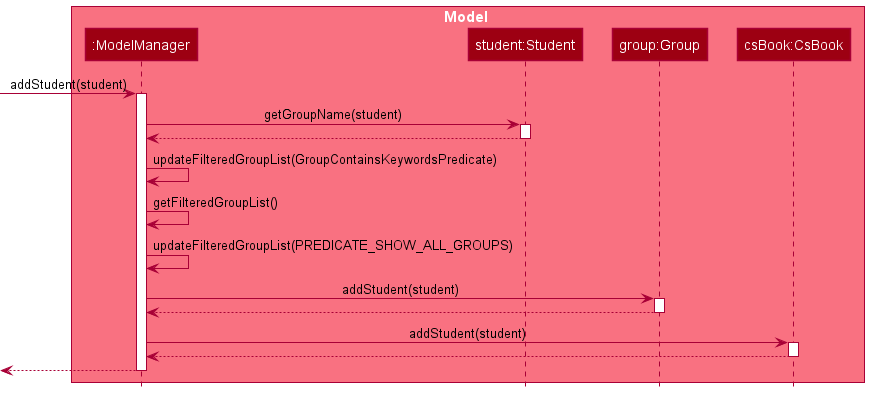
nus-cs2103-AY2122S1/tp keeps this PlantUML diagram as docs/images/GroupManagementSequence1.png. Above is the earlier version. The source it was exported from:
```plantuml
@startuml
!include style.puml


box Model MODEL_COLOR_T1
participant ":ModelManager" as ModelManager MODEL_COLOR
participant "student:Student" as Student MODEL_COLOR
participant "group:Group" as Group MODEL_COLOR
participant "csBook:CsBook" as CsBook MODEL_COLOR
end box

[-> ModelManager : addStudent(student)
activate ModelManager
ModelManager -> Student : getGroupName(student)
activate Student
Student --> ModelManager
deactivate Student

ModelManager -> ModelManager : updateFilteredGroupList(GroupContainsKeywordsPredicate)
ModelManager -> ModelManager : getFilteredGroupList()
ModelManager -> ModelManager : updateFilteredGroupList(PREDICATE_SHOW_ALL_GROUPS)

ModelManager -> Group : addStudent(student)
activate Group
Group --> ModelManager
deactivate Group

ModelManager -> CsBook : addStudent(student)
activate CsBook
CsBook --> ModelManager
deactivate CsBook
ModelManager -->[
deactivate ModelManager


@enduml
```
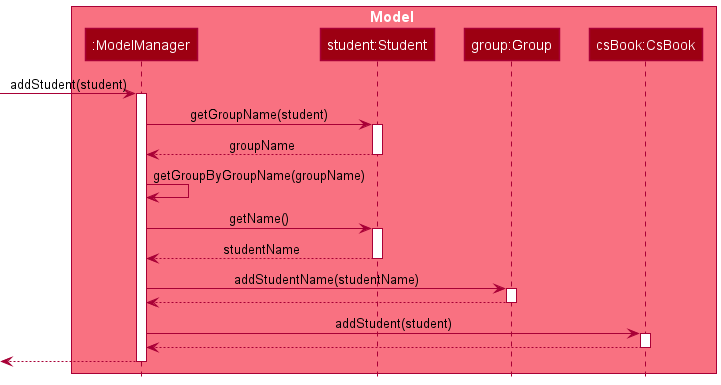
Later version of the same file.

Commit message:
Update DG for group management portion

The edit, as a diff of the source:
```diff
@@ -13,14 +13,15 @@
 activate ModelManager
 ModelManager -> Student : getGroupName(student)
 activate Student
-Student --> ModelManager
+Student --> ModelManager : groupName
 deactivate Student
 
-ModelManager -> ModelManager : updateFilteredGroupList(GroupContainsKeywordsPredicate)
-ModelManager -> ModelManager : getFilteredGroupList()
-ModelManager -> ModelManager : updateFilteredGroupList(PREDICATE_SHOW_ALL_GROUPS)
-
-ModelManager -> Group : addStudent(student)
+ModelManager -> ModelManager : getGroupByGroupName(groupName)
+ModelManager -> Student : getName()
+activate Student
+Student --> ModelManager : studentName
+deactivate Student
+ModelManager -> Group : addStudentName(studentName)
 activate Group
 Group --> ModelManager
 deactivate Group
@@ -32,5 +33,4 @@
 ModelManager -->[
 deactivate ModelManager
 
-
 @enduml
```
